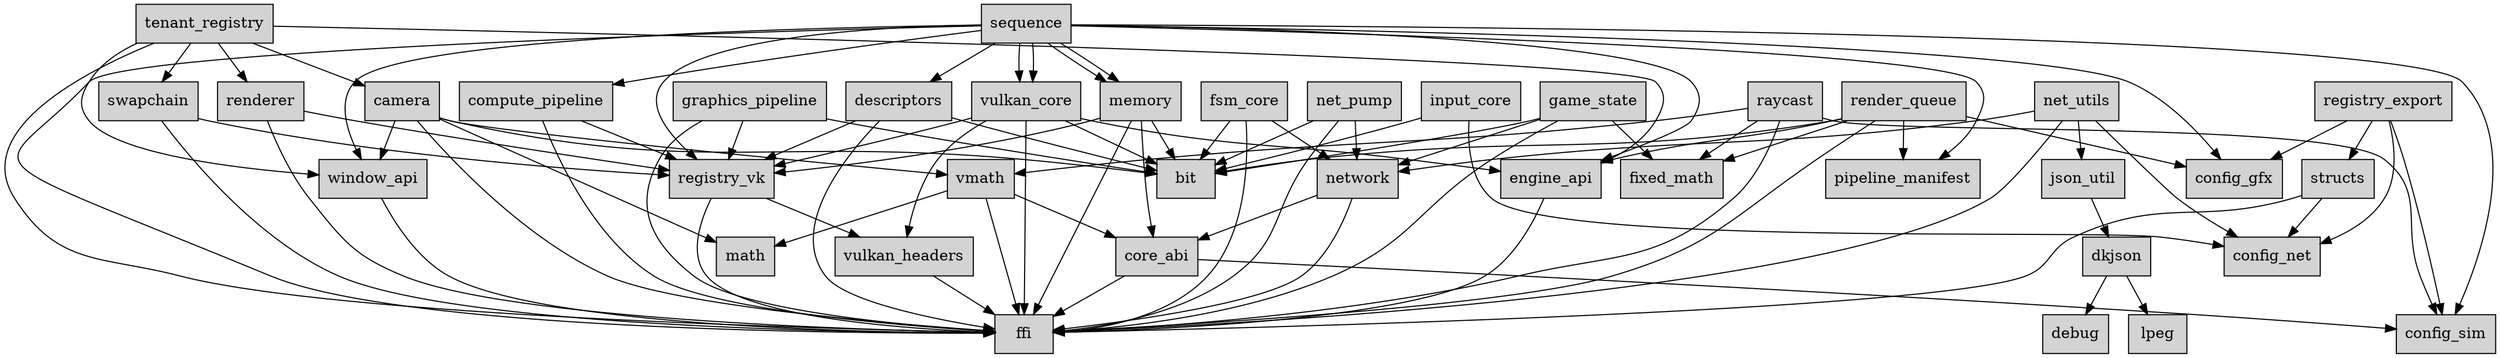
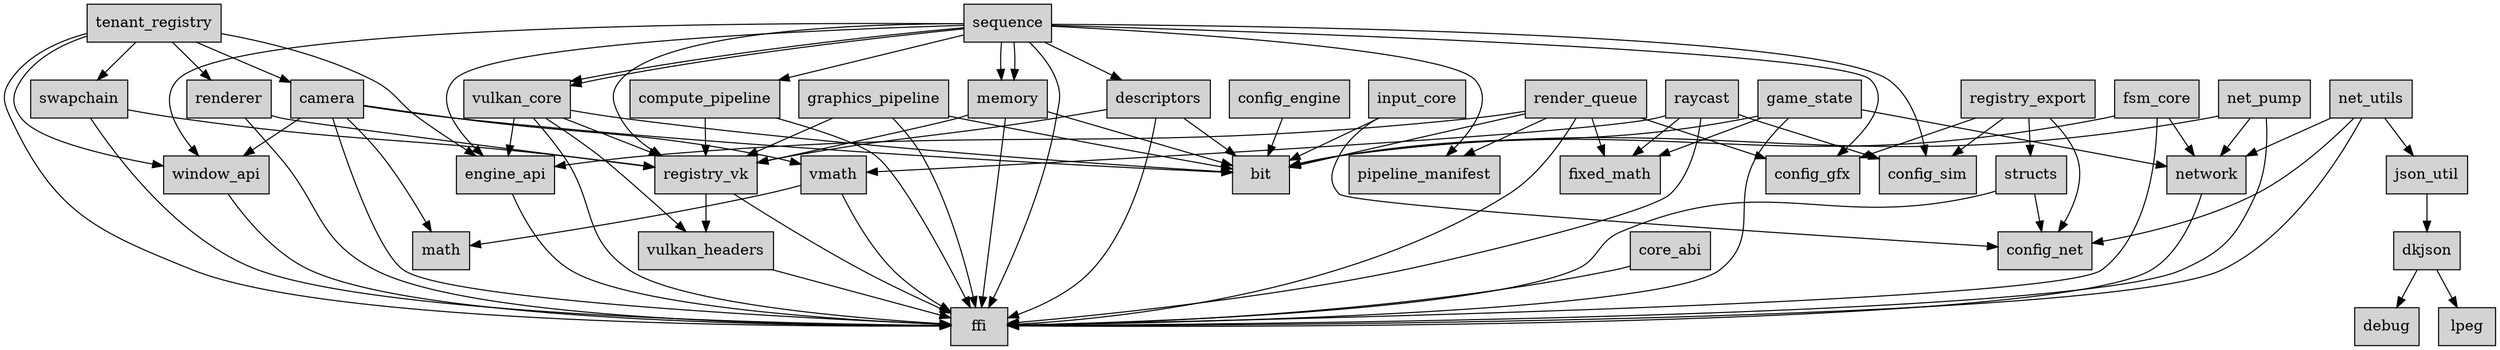
digraph WeaverEngine {
  node [shape=box, style=filled, fillcolor=lightgray];
-   "json_util" -> "dkjson";
-   "structs" -> "ffi";
-   "structs" -> "config_net";
-   "compute_pipeline" -> "ffi";
-   "compute_pipeline" -> "registry_vk";
-   "config_sim";
-   "config_gfx";
-   "vulkan_headers" -> "ffi";
-   "vmath" -> "ffi";
-   "vmath" -> "math";
-   "vmath" -> "core_abi";
-   "input_core" -> "bit";
-   "input_core" -> "config_net";
-   "graphics_pipeline" -> "ffi";
-   "graphics_pipeline" -> "bit";
-   "graphics_pipeline" -> "registry_vk";
-   "swapchain" -> "ffi";
-   "swapchain" -> "registry_vk";
-   "registry_export" -> "structs";
-   "registry_export" -> "config_gfx";
-   "registry_export" -> "config_sim";
-   "registry_export" -> "config_net";
-   "engine_api" -> "ffi";
-   "raycast" -> "ffi";
-   "raycast" -> "vmath";
-   "raycast" -> "fixed_math";
-   "raycast" -> "config_sim";
-   "fsm_core" -> "network";
-   "fsm_core" -> "bit";
-   "fsm_core" -> "ffi";
-   "net_pump" -> "ffi";
-   "net_pump" -> "bit";
-   "net_pump" -> "network";
  "sequence" -> "ffi";
  "sequence" -> "registry_vk";
  "sequence" -> "pipeline_manifest";
  "sequence" -> "window_api";
  "sequence" -> "engine_api";
  "sequence" -> "config_gfx";
  "sequence" -> "config_sim";
  "sequence" -> "vulkan_core";
  "sequence" -> "vulkan_core";
  "sequence" -> "memory";
  "sequence" -> "descriptors";
  "sequence" -> "memory";
  "sequence" -> "compute_pipeline";
-   "net_utils" -> "ffi";
-   "net_utils" -> "json_util";
-   "net_utils" -> "config_net";
-   "net_utils" -> "network";
+   "network" -> "ffi";
+   "raycast" -> "ffi";
+   "raycast" -> "vmath";
+   "raycast" -> "fixed_math";
+   "raycast" -> "config_sim";
+   "engine_api" -> "ffi";
  "camera" -> "ffi";
  "camera" -> "math";
  "camera" -> "bit";
  "camera" -> "vmath";
  "camera" -> "window_api";
-   "fixed_math";
+   "config_sim";
+   "registry_export" -> "structs";
+   "registry_export" -> "config_gfx";
+   "registry_export" -> "config_sim";
+   "registry_export" -> "config_net";
+   "config_net";
+   "fsm_core" -> "network";
+   "fsm_core" -> "bit";
+   "fsm_core" -> "ffi";
+   "descriptors" -> "ffi";
+   "descriptors" -> "bit";
+   "descriptors" -> "registry_vk";
  "pipeline_manifest";
+   "core_abi" -> "ffi";
+   "registry_vk" -> "ffi";
+   "registry_vk" -> "vulkan_headers";
+   "config_gfx";
+   "memory" -> "ffi";
+   "memory" -> "bit";
+   "memory" -> "registry_vk";
+   "net_utils" -> "ffi";
+   "net_utils" -> "json_util";
+   "net_utils" -> "config_net";
+   "net_utils" -> "network";
+   "vulkan_core" -> "ffi";
+   "vulkan_core" -> "bit";
+   "vulkan_core" -> "vulkan_headers";
+   "vulkan_core" -> "registry_vk";
+   "vulkan_core" -> "engine_api";
  "renderer" -> "ffi";
  "renderer" -> "registry_vk";
+   "dkjson" -> "debug";
+   "dkjson" -> "lpeg";
+   "structs" -> "ffi";
+   "structs" -> "config_net";
+   "json_util" -> "dkjson";
+   "config_engine" -> "bit";
  "tenant_registry" -> "ffi";
  "tenant_registry" -> "window_api";
  "tenant_registry" -> "engine_api";
  "tenant_registry" -> "swapchain";
  "tenant_registry" -> "renderer";
  "tenant_registry" -> "camera";
-   "descriptors" -> "ffi";
-   "descriptors" -> "bit";
-   "descriptors" -> "registry_vk";
-   "registry_vk" -> "ffi";
-   "registry_vk" -> "vulkan_headers";
-   "game_state" -> "ffi";
-   "game_state" -> "bit";
-   "game_state" -> "network";
-   "game_state" -> "fixed_math";
-   "vulkan_core" -> "ffi";
-   "vulkan_core" -> "bit";
-   "vulkan_core" -> "vulkan_headers";
-   "vulkan_core" -> "registry_vk";
-   "vulkan_core" -> "engine_api";
-   "memory" -> "ffi";
-   "memory" -> "bit";
-   "memory" -> "core_abi";
-   "memory" -> "registry_vk";
+   "swapchain" -> "ffi";
+   "swapchain" -> "registry_vk";
  "render_queue" -> "ffi";
  "render_queue" -> "pipeline_manifest";
  "render_queue" -> "bit";
  "render_queue" -> "fixed_math";
  "render_queue" -> "engine_api";
  "render_queue" -> "config_gfx";
-   "dkjson" -> "debug";
-   "dkjson" -> "lpeg";
-   "core_abi" -> "ffi";
-   "core_abi" -> "config_sim";
-   "network" -> "ffi";
-   "network" -> "core_abi";
-   "config_net";
+   "graphics_pipeline" -> "ffi";
+   "graphics_pipeline" -> "bit";
+   "graphics_pipeline" -> "registry_vk";
+   "input_core" -> "bit";
+   "input_core" -> "config_net";
+   "net_pump" -> "ffi";
+   "net_pump" -> "bit";
+   "net_pump" -> "network";
  "window_api" -> "ffi";
+   "vulkan_headers" -> "ffi";
+   "fixed_math";
+   "game_state" -> "ffi";
+   "game_state" -> "bit";
+   "game_state" -> "network";
+   "game_state" -> "fixed_math";
+   "vmath" -> "ffi";
+   "vmath" -> "math";
+   "compute_pipeline" -> "ffi";
+   "compute_pipeline" -> "registry_vk";
}